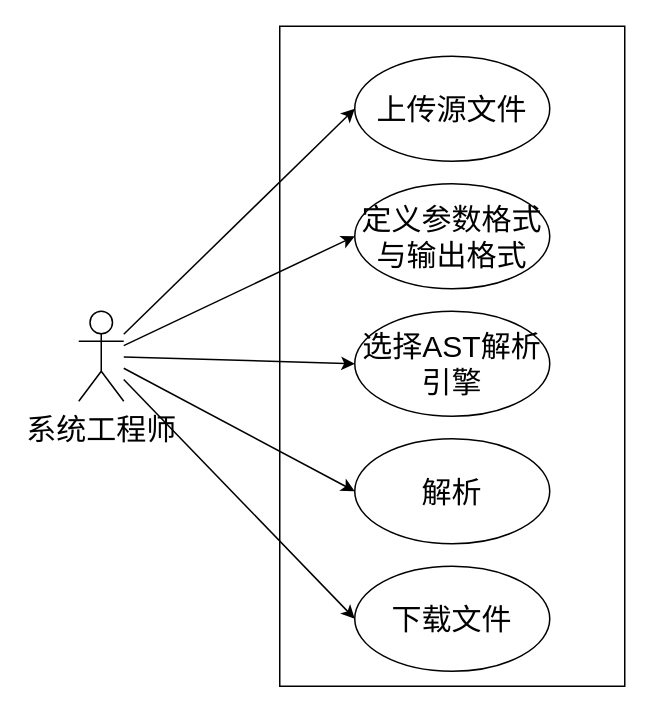
Before: 用例图.drawio in Olive-2019/drawio-source, a draw.io diagram. Source tidied: cells renumbered, new cells numbered last; positions are measured from the earlier drawing's top-left corner, leaving out a move shared by most shapes. Both pictures are drawn from the tidied source at 150%, with x=0, y=0 at pixel (78, 26).
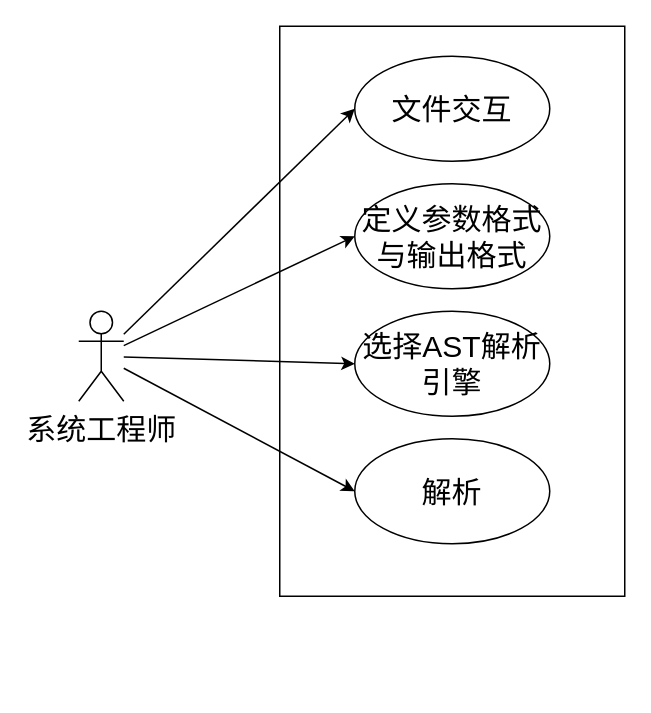
The same page after the edit.

Commit message (it also covers changes not shown here):
更新用例图.drawio

What changed in the source:
```diff
@@
 <mxGraphModel>
   <root>
     <mxCell id="0" />
     <mxCell id="1" parent="0" />
     <mxCell id="2" style="rounded=0;whiteSpace=wrap;html=1;" parent="1" vertex="1">
-      <mxGeometry x="134" width="230" height="440" as="geometry" />
+      <mxGeometry x="134" width="230" height="380" as="geometry" />
     </mxCell>
-    <mxCell id="3" value="上传源文件" style="ellipse;whiteSpace=wrap;html=1;fontFamily=宋体;fontSize=20;" parent="1" vertex="1">
+    <mxCell id="3" value="文件交互" style="ellipse;whiteSpace=wrap;html=1;fontFamily=宋体;fontSize=20;" parent="1" vertex="1">
       <mxGeometry x="184" y="20" width="130" height="70" as="geometry" />
     </mxCell>
     <mxCell id="4" style="rounded=0;jettySize=auto;html=1;entryX=0;entryY=0.5;entryDx=0;entryDy=0;" parent="1" edge="1" source="9" target="3">
       <mxGeometry relative="1" as="geometry" />
     </mxCell>
     <mxCell id="5" style="rounded=0;jettySize=auto;html=1;entryX=0;entryY=0.5;entryDx=0;entryDy=0;" parent="1" edge="1" source="9" target="10">
       <mxGeometry relative="1" as="geometry" />
     </mxCell>
     <mxCell id="6" style="rounded=0;jettySize=auto;html=1;entryX=0;entryY=0.5;entryDx=0;entryDy=0;" parent="1" edge="1" source="9" target="11">
       <mxGeometry relative="1" as="geometry" />
     </mxCell>
     <mxCell id="7" style="rounded=0;jettySize=auto;html=1;entryX=0;entryY=0.5;entryDx=0;entryDy=0;" parent="1" edge="1" source="9" target="13">
       <mxGeometry relative="1" as="geometry" />
     </mxCell>
-    <mxCell id="8" style="rounded=0;jettySize=auto;html=1;entryX=0;entryY=0.5;entryDx=0;entryDy=0;" parent="1" edge="1" source="9" target="12">
-      <mxGeometry relative="1" as="geometry" />
-    </mxCell>
     <mxCell id="9" value="系统工程师" style="shape=umlActor;verticalLabelPosition=bottom;verticalAlign=top;html=1;fontSize=20;fontFamily=宋体;" parent="1" vertex="1">
       <mxGeometry y="190" width="30" height="60" as="geometry" />
     </mxCell>
     <mxCell id="10" value="定义参数格式与输出格式" style="ellipse;whiteSpace=wrap;html=1;fontFamily=宋体;fontSize=20;" parent="1" vertex="1">
       <mxGeometry x="184" y="105" width="130" height="70" as="geometry" />
     </mxCell>
     <mxCell id="11" value="选择AST解析引擎" style="ellipse;whiteSpace=wrap;html=1;fontFamily=宋体;fontSize=20;" parent="1" vertex="1">
       <mxGeometry x="184" y="190" width="130" height="70" as="geometry" />
     </mxCell>
-    <mxCell id="12" value="下载文件" style="ellipse;whiteSpace=wrap;html=1;fontFamily=宋体;fontSize=20;" parent="1" vertex="1">
-      <mxGeometry x="184" y="360" width="130" height="70" as="geometry" />
-    </mxCell>
     <mxCell id="13" value="解析" style="ellipse;whiteSpace=wrap;html=1;fontFamily=宋体;fontSize=20;" parent="1" vertex="1">
       <mxGeometry x="184" y="275" width="130" height="70" as="geometry" />
     </mxCell>
   </root>
 </mxGraphModel>
```
